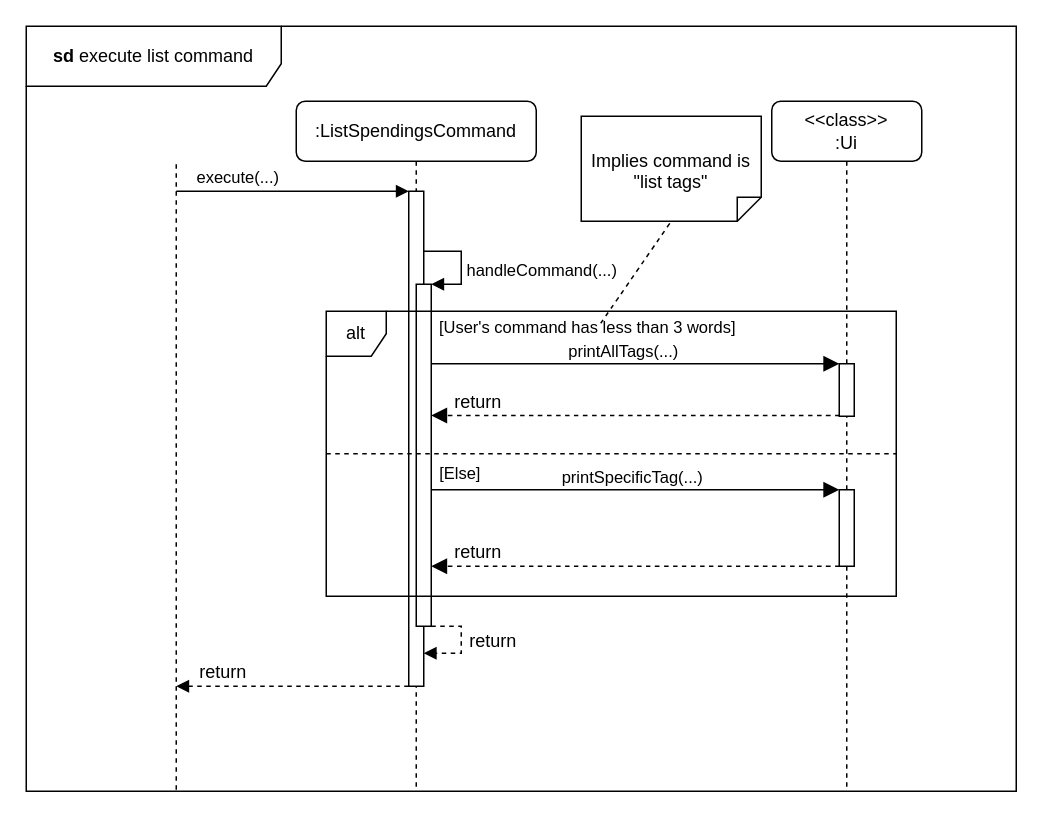
This is docs/Diagrams/Commands/executeListTags.drawio from wongwh2002/CS2113TeamProject, a draw.io file, before an edit. Source tidied: cells renumbered, new cells numbered last; positions are measured from the earlier drawing's top-left corner, leaving out a move shared by most shapes. Both pictures are drawn from the tidied source at 150%, with x=0, y=0 at pixel (26, 26).
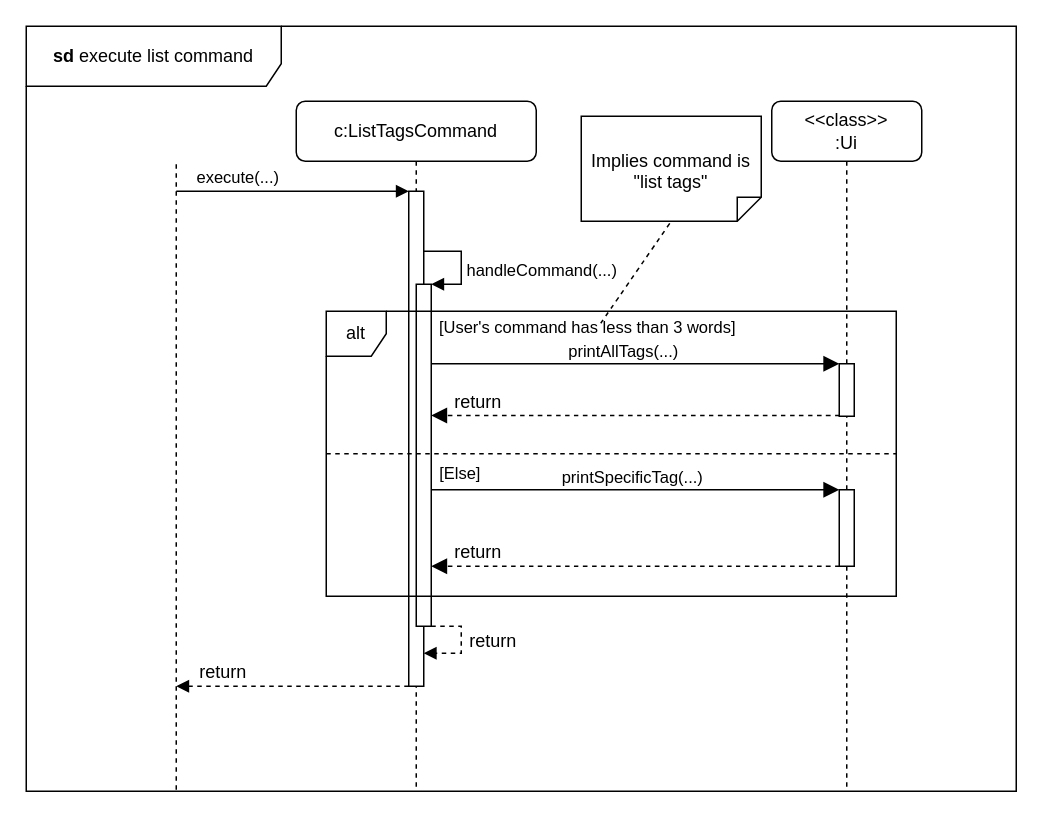
Above is the later version.

Diff of the diagram source:
```diff
@@
-    <mxCell id="3" value=":ListSpendingsCommand" style="shape=umlLifeline;perimeter=lifelinePerimeter;whiteSpace=wrap;html=1;newEdgeStyle={&quot;curved&quot;:0,&quot;rounded&quot;:0};rounded=1;" parent="1" vertex="1">
+    <mxCell id="3" value="c:ListTagsCommand" style="shape=umlLifeline;perimeter=lifelinePerimeter;whiteSpace=wrap;html=1;newEdgeStyle={&quot;curved&quot;:0,&quot;rounded&quot;:0};rounded=1;" parent="1" vertex="1">
       <mxGeometry x="180" y="50" width="160" height="460" as="geometry" />
     </mxCell>
```
